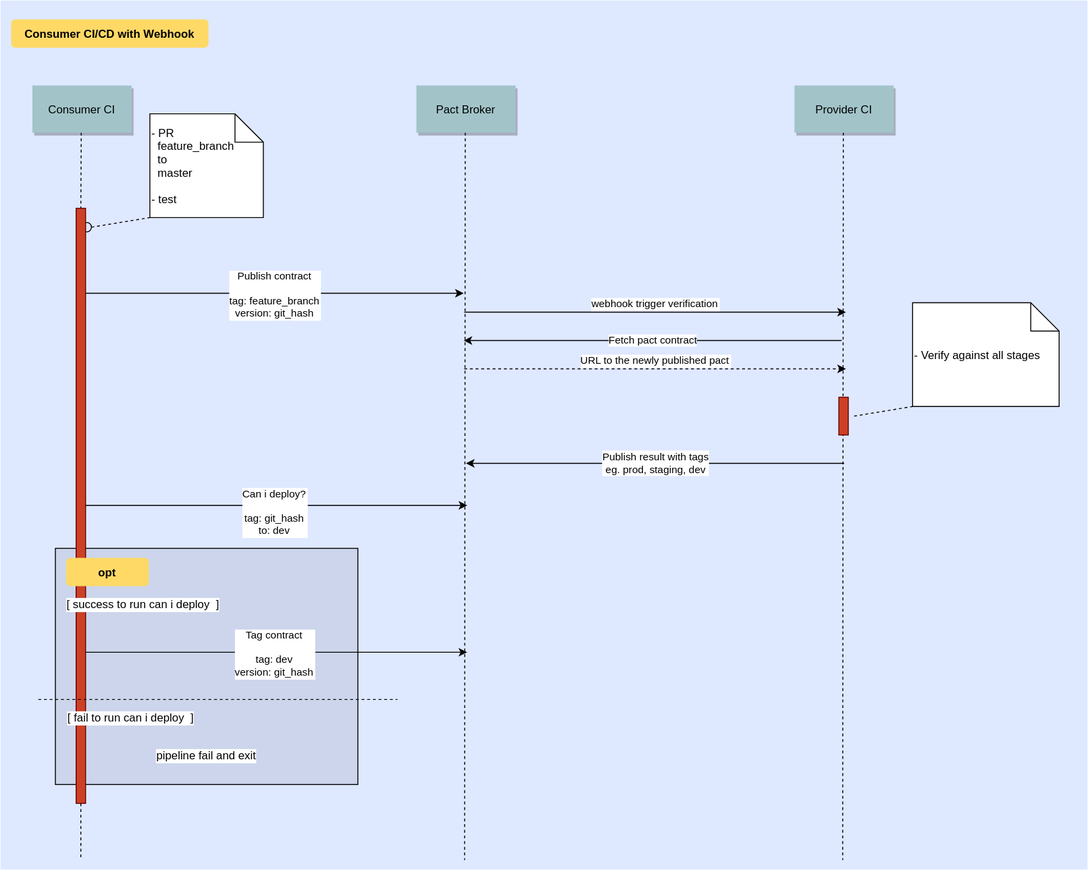
Above: diagrams/consumer-sequence-diagram.svg in aaronsum1102/contract-testing-consumer (draw.io), before the change. Source tidied: cells renumbered, new cells last; positions are measured from the earlier drawing's top-left corner, leaving out a move shared by most shapes.
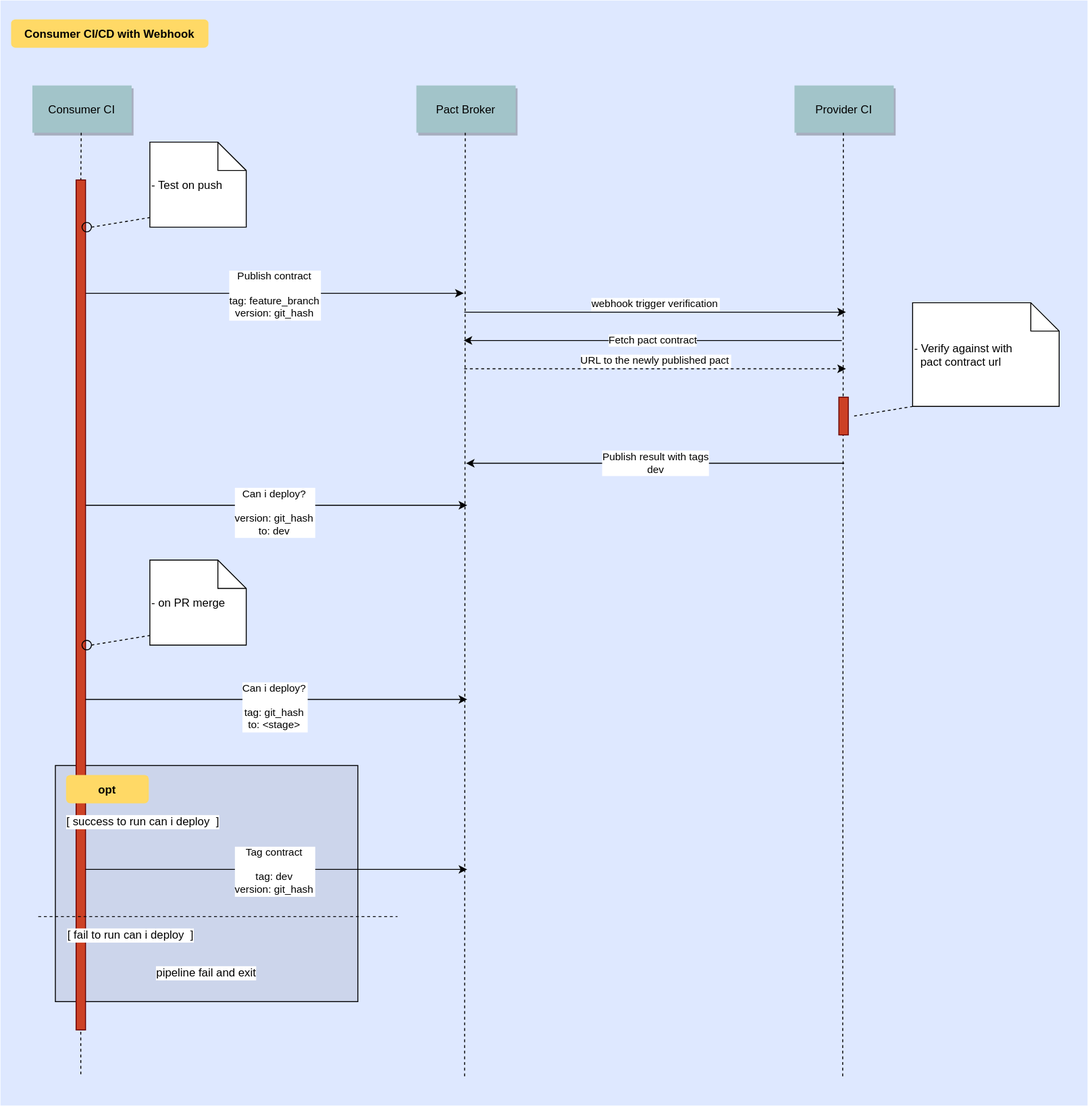
Above is the later version.

Diff of the diagram source:
```diff
@@ -3,8 +3,14 @@
     <mxCell id="0" />
     <mxCell id="1" parent="0" />
     <mxCell id="2" style="fillColor=#DEE8FF;strokeColor=none;" parent="1" vertex="1">
-      <mxGeometry width="1150" height="920" as="geometry" />
+      <mxGeometry width="1150" height="1170" as="geometry" />
     </mxCell>
+    <mxCell id="31" style="edgeStyle=none;endArrow=none;dashed=1;" parent="1" edge="1">
+      <mxGeometry x="119.8" y="1145" as="geometry">
+        <mxPoint x="84.9" y="1080" as="sourcePoint" />
+        <mxPoint x="85" y="1140" as="targetPoint" />
+      </mxGeometry>
+    </mxCell>
     <mxCell id="3" value="Consumer CI/CD with Webhook" style="rounded=1;fontStyle=1;fillColor=#FFD966;strokeColor=none;" parent="1" vertex="1">
       <mxGeometry x="11.2" y="20" width="208.8" height="30" as="geometry" />
     </mxCell>
@@ -17,7 +23,7 @@
     <mxCell id="6" style="edgeStyle=none;endArrow=none;dashed=1;" parent="1" edge="1">
       <mxGeometry x="526.5" y="205" as="geometry">
         <mxPoint x="491.7" y="140" as="sourcePoint" />
-        <mxPoint x="491" y="910" as="targetPoint" />
+        <mxPoint x="491" y="1140" as="targetPoint" />
       </mxGeometry>
     </mxCell>
     <mxCell id="7" value="Provider CI" style="shadow=1;fillColor=#A2C4C9;strokeColor=none;" parent="1" vertex="1">
@@ -26,7 +32,7 @@
     <mxCell id="8" style="edgeStyle=none;endArrow=none;dashed=1;" parent="1" edge="1">
       <mxGeometry x="926.5" y="205" as="geometry">
         <mxPoint x="891.7" y="140" as="sourcePoint" />
-        <mxPoint x="891" y="910" as="targetPoint" />
+        <mxPoint x="891" y="1140" as="targetPoint" />
       </mxGeometry>
     </mxCell>
     <mxCell id="9" style="edgeStyle=none;endArrow=none;dashed=1;entryX=0.5;entryY=0;entryDx=0;entryDy=0;" parent="1" edge="1" target="23">
@@ -34,17 +40,9 @@
         <mxPoint x="85.4" y="140" as="sourcePoint" />
       </mxGeometry>
     </mxCell>
-    <mxCell id="10" value="- PR&#10;  feature_branch&#10;  to&#10;  master&#10;&#10;- test" style="shape=note;align=left;" parent="1" vertex="1">
-      <mxGeometry x="158.1" y="120" width="120" height="109.8" as="geometry" />
+    <mxCell id="10" value="- Test on push" style="shape=note;align=left;" parent="1" vertex="1">
+      <mxGeometry x="158.1" y="150" width="102" height="90" as="geometry" />
     </mxCell>
-    <mxCell id="11" style="ellipse;fillColor=none;" parent="1" vertex="1">
-      <mxGeometry x="86.3" y="235" width="10" height="10" as="geometry" />
-    </mxCell>
-    <mxCell id="12" style="endArrow=none;dashed=1;html=1;exitX=1;exitY=0.5;exitDx=0;exitDy=0;" parent="1" edge="1" source="11">
-      <mxGeometry relative="1" as="geometry">
-        <mxPoint x="158.1" y="229.8" as="targetPoint" />
-      </mxGeometry>
-    </mxCell>
     <mxCell id="13" value="Publish contract&#10;&#10;tag: feature_branch&#10;version: git_hash" style="edgeStyle=none;verticalLabelPosition=top;verticalAlign=bottom;" parent="1" edge="1">
       <mxGeometry as="geometry">
         <mxPoint x="86.3" y="310" as="sourcePoint" />
@@ -73,7 +71,7 @@
     <mxCell id="17" style="fillColor=#CC4125;strokeColor=#660000;" parent="1" vertex="1">
       <mxGeometry x="886.9" y="420" width="10" height="40" as="geometry" />
     </mxCell>
-    <mxCell id="18" value="- Verify against all stages" style="shape=note;align=left;" parent="1" vertex="1">
+    <mxCell id="18" value="- Verify against with &#10;  pact contract url" style="shape=note;align=left;" parent="1" vertex="1">
       <mxGeometry x="965" y="320" width="155" height="109.8" as="geometry" />
     </mxCell>
     <mxCell id="19" style="endArrow=none;dashed=1;html=1;exitX=1;exitY=0.5;exitDx=0;exitDy=0;" parent="1" edge="1">
@@ -82,13 +80,13 @@
         <mxPoint x="965" y="429.8" as="targetPoint" />
       </mxGeometry>
     </mxCell>
-    <mxCell id="20" value="Publish result with tags&lt;br&gt;eg. prod, staging, dev" style="endArrow=classic;html=1;" parent="1" edge="1">
+    <mxCell id="20" value="Publish result with tags&lt;br&gt;dev" style="endArrow=classic;html=1;" parent="1" edge="1">
       <mxGeometry relative="1" as="geometry">
         <mxPoint x="892.5" y="490" as="sourcePoint" />
         <mxPoint x="492.5" y="490" as="targetPoint" />
       </mxGeometry>
     </mxCell>
-    <mxCell id="21" value="Can i deploy?&#10;&#10;tag: git_hash&#10;to: dev" style="edgeStyle=none;verticalLabelPosition=top;verticalAlign=bottom;" parent="1" edge="1">
+    <mxCell id="21" value="Can i deploy?&#10;&#10;version: git_hash&#10;to: dev" style="edgeStyle=none;verticalLabelPosition=top;verticalAlign=bottom;" parent="1" edge="1">
       <mxGeometry as="geometry">
         <mxPoint x="90" y="534.5" as="sourcePoint" />
         <mxPoint x="493.8" y="534.5" as="targetPoint" />
@@ -96,44 +94,61 @@
       </mxGeometry>
     </mxCell>
     <mxCell id="22" style="fillColor=#CCD5EB;" parent="1" vertex="1">
-      <mxGeometry x="58.1" y="580" width="320" height="250" as="geometry" />
+      <mxGeometry x="58.1" y="810" width="320" height="250" as="geometry" />
     </mxCell>
     <mxCell id="23" style="fillColor=#CC4125;strokeColor=#660000;" parent="1" vertex="1">
-      <mxGeometry x="80" y="220" width="10" height="630" as="geometry" />
+      <mxGeometry x="80" y="190" width="10" height="900" as="geometry" />
     </mxCell>
-    <mxCell id="24" style="edgeStyle=none;endArrow=none;dashed=1;startArrow=none;" parent="1" edge="1">
-      <mxGeometry x="125.3" y="205" as="geometry">
-        <mxPoint x="85" y="850" as="sourcePoint" />
-        <mxPoint x="85" y="910" as="targetPoint" />
-        <Array as="points">
-          <mxPoint x="85" y="910" />
-        </Array>
-      </mxGeometry>
-    </mxCell>
     <mxCell id="25" value="Tag contract&#10;&#10;tag: dev&#10;version: git_hash" style="edgeStyle=none;verticalLabelPosition=top;verticalAlign=bottom;" parent="1" edge="1">
-      <mxGeometry as="geometry">
-        <mxPoint x="90" y="690" as="sourcePoint" />
-        <mxPoint x="493.8" y="690" as="targetPoint" />
+      <mxGeometry y="230" as="geometry">
+        <mxPoint x="90" y="920" as="sourcePoint" />
+        <mxPoint x="493.8" y="920" as="targetPoint" />
         <mxPoint x="-2" y="30" as="offset" />
       </mxGeometry>
     </mxCell>
     <mxCell id="26" value="opt" style="rounded=1;fontStyle=1;fillColor=#FFD966;strokeColor=none;" parent="1" vertex="1">
-      <mxGeometry x="69.4" y="590" width="87.5" height="30" as="geometry" />
+      <mxGeometry x="69.4" y="820" width="87.5" height="30" as="geometry" />
     </mxCell>
     <mxCell id="27" value="[ success to run can i deploy&amp;nbsp; ]" style="text;html=1;strokeColor=none;fillColor=none;align=center;verticalAlign=middle;whiteSpace=wrap;rounded=0;labelBackgroundColor=#ffffff;" parent="1" vertex="1">
-      <mxGeometry x="69.4" y="630" width="163.8" height="20" as="geometry" />
+      <mxGeometry x="69.4" y="860" width="163.8" height="20" as="geometry" />
     </mxCell>
     <mxCell id="28" value="[ fail to run can i deploy&amp;nbsp; ]" style="text;html=1;strokeColor=none;fillColor=none;align=center;verticalAlign=middle;whiteSpace=wrap;rounded=0;labelBackgroundColor=#ffffff;" parent="1" vertex="1">
-      <mxGeometry x="56.2" y="750" width="163.8" height="20" as="geometry" />
+      <mxGeometry x="56.2" y="980" width="163.8" height="20" as="geometry" />
     </mxCell>
     <mxCell id="29" value="pipeline fail and exit" style="text;html=1;strokeColor=none;fillColor=none;align=center;verticalAlign=middle;whiteSpace=wrap;rounded=0;labelBackgroundColor=#ffffff;" parent="1" vertex="1">
-      <mxGeometry x="136.2" y="790" width="163.8" height="20" as="geometry" />
+      <mxGeometry x="136.2" y="1020" width="163.8" height="20" as="geometry" />
     </mxCell>
     <mxCell id="30" style="endArrow=none;dashed=1;html=1;" parent="1" edge="1">
       <mxGeometry relative="1" as="geometry">
-        <mxPoint x="40" y="740" as="sourcePoint" />
-        <mxPoint x="420" y="740" as="targetPoint" />
+        <mxPoint x="40" y="970" as="sourcePoint" />
+        <mxPoint x="420" y="970" as="targetPoint" />
       </mxGeometry>
     </mxCell>
+    <mxCell id="12" style="endArrow=none;dashed=1;html=1;exitX=1;exitY=0.5;exitDx=0;exitDy=0;" parent="1" edge="1" source="11">
+      <mxGeometry relative="1" as="geometry">
+        <mxPoint x="158.1" y="229.8" as="targetPoint" />
+      </mxGeometry>
+    </mxCell>
+    <mxCell id="11" style="ellipse;fillColor=none;" parent="1" vertex="1">
+      <mxGeometry x="86.3" y="235" width="10" height="10" as="geometry" />
+    </mxCell>
+    <mxCell id="32" value="- on PR merge" style="shape=note;align=left;" parent="1" vertex="1">
+      <mxGeometry x="158.1" y="592.5" width="102" height="90" as="geometry" />
+    </mxCell>
+    <mxCell id="33" style="endArrow=none;dashed=1;html=1;exitX=1;exitY=0.5;exitDx=0;exitDy=0;" parent="1" edge="1" source="34">
+      <mxGeometry relative="1" as="geometry">
+        <mxPoint x="158" y="672.3" as="targetPoint" />
+      </mxGeometry>
+    </mxCell>
+    <mxCell id="34" style="ellipse;fillColor=none;" parent="1" vertex="1">
+      <mxGeometry x="86.3" y="677.5" width="10" height="10" as="geometry" />
+    </mxCell>
+    <mxCell id="35" value="Can i deploy?&#10;&#10;tag: git_hash&#10;to: &lt;stage&gt;" style="edgeStyle=none;verticalLabelPosition=top;verticalAlign=bottom;" parent="1" edge="1">
+      <mxGeometry y="205.5" as="geometry">
+        <mxPoint x="90" y="740" as="sourcePoint" />
+        <mxPoint x="493.8" y="740" as="targetPoint" />
+        <mxPoint x="-2" y="36" as="offset" />
+      </mxGeometry>
+    </mxCell>
   </root>
 </mxGraphModel>
```
